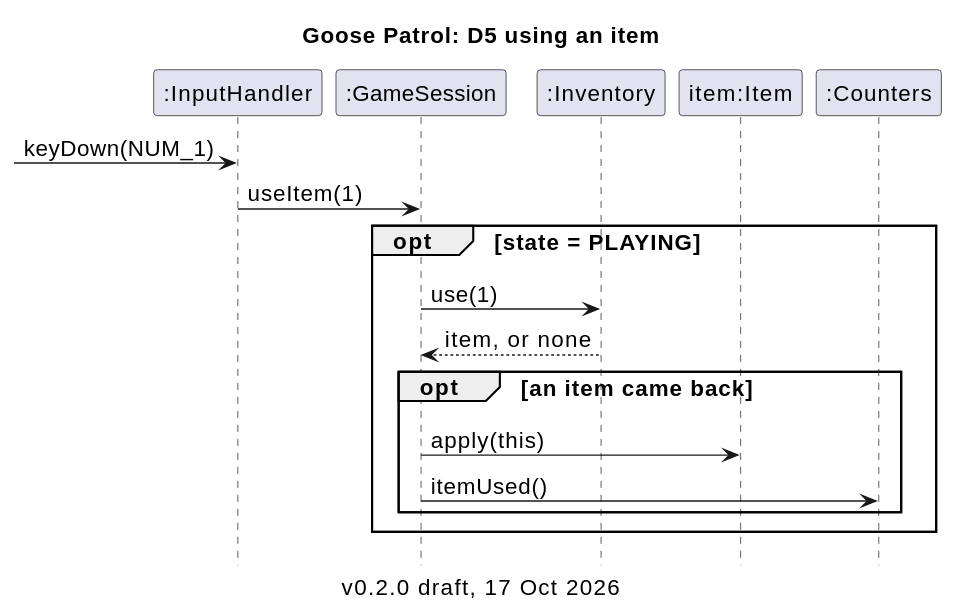
Above: docs/architecture/out/d5-use-item-sequence.svg in goose-meat-eng1/goose-patrol (PlantUML), before the change.
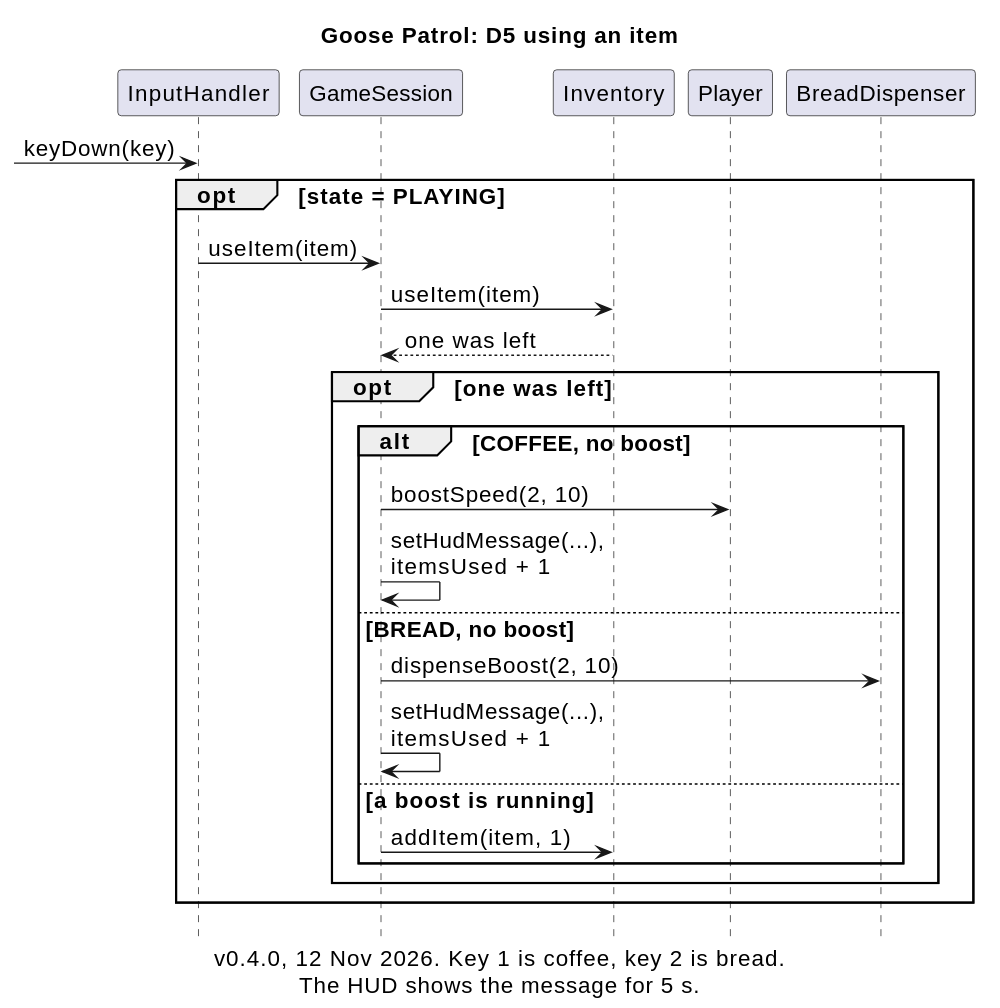
Later version of the same file.

What changed in the source:
```diff
@@ -1,24 +1,30 @@
 @startuml
 !include style.iuml
-
 title Goose Patrol: D5 using an item
-caption v0.2.0 draft, 17 Oct 2026
+caption v0.4.0, 12 Nov 2026. Key 1 is coffee, key 2 is bread.\nThe HUD shows the message for 5 s.
 hide footbox
 
-participant ":InputHandler" as input
-participant ":GameSession" as session
-participant ":Inventory" as inventory
-participant "item:Item" as item
-participant ":Counters" as counters
+participant "InputHandler" as input
+participant "GameSession" as session
+participant "Inventory" as inventory
+participant "Player" as player
+participant "BreadDispenser" as dispenser
 
-[-> input : keyDown(NUM_1)
-input -> session : useItem(1)
+[-> input : keyDown(key)
 opt state = PLAYING
-  session -> inventory : use(1)
-  inventory --> session : item, or none
-  opt an item came back
-    session -> item : apply(this)
-    session -> counters : itemUsed()
+  input -> session : useItem(item)
+  session -> inventory : useItem(item)
+  inventory --> session : one was left
+  opt one was left
+    alt COFFEE, no boost
+      session -> player : boostSpeed(2, 10)
+      session -> session : setHudMessage(...),\nitemsUsed + 1
+    else BREAD, no boost
+      session -> dispenser : dispenseBoost(2, 10)
+      session -> session : setHudMessage(...),\nitemsUsed + 1
+    else a boost is running
+      session -> inventory : addItem(item, 1)
+    end
   end
 end
 @enduml
```
